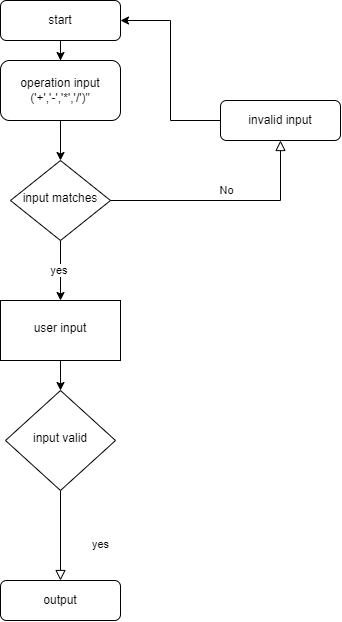
This is 1_idea/Diagram.png from chittiravi10/M1_project_APP, a draw.io export, as it was before one commit. Source tidied: cells renumbered, new cells last; positions are measured from the earlier drawing's top-left corner, leaving out a move shared by most shapes.
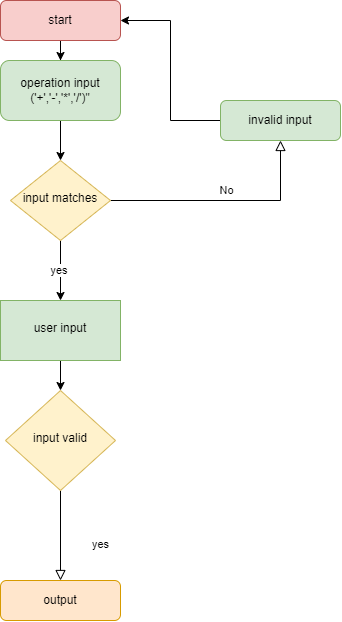
The same diagram one commit later.

What changed in the source:
```diff
@@ -5,7 +5,7 @@
     <mxCell id="2" style="edgeStyle=orthogonalEdgeStyle;rounded=0;jettySize=auto;html=1;" parent="1" edge="1" source="3" target="13">
       <mxGeometry relative="1" as="geometry" />
     </mxCell>
-    <mxCell id="3" value="start" style="rounded=1;whiteSpace=wrap;html=1;fontSize=12;glass=0;strokeWidth=1;shadow=0;" parent="1" vertex="1">
+    <mxCell id="3" value="start" style="rounded=1;whiteSpace=wrap;html=1;fontSize=12;glass=0;strokeWidth=1;shadow=0;fillColor=#f8cecc;strokeColor=#b85450;" parent="1" vertex="1">
       <mxGeometry width="120" height="40" as="geometry" />
     </mxCell>
     <mxCell id="4" value="No" style="edgeStyle=orthogonalEdgeStyle;rounded=0;html=1;jettySize=auto;fontSize=11;endArrow=block;endFill=0;endSize=8;strokeWidth=1;shadow=0;labelBackgroundColor=none;" parent="1" edge="1" source="6" target="8">
@@ -14,34 +14,34 @@
     <mxCell id="5" value="yes&amp;nbsp;" style="edgeStyle=orthogonalEdgeStyle;rounded=0;jettySize=auto;html=1;" parent="1" edge="1" source="6" target="15">
       <mxGeometry relative="1" as="geometry" />
     </mxCell>
-    <mxCell id="6" value="input matches" style="rhombus;whiteSpace=wrap;html=1;shadow=0;fontFamily=Helvetica;fontSize=12;align=center;strokeWidth=1;spacing=6;spacingTop=-4;" parent="1" vertex="1">
+    <mxCell id="6" value="input matches" style="rhombus;whiteSpace=wrap;html=1;shadow=0;fontFamily=Helvetica;fontSize=12;align=center;strokeWidth=1;spacing=6;spacingTop=-4;fillColor=#fff2cc;strokeColor=#d6b656;" parent="1" vertex="1">
       <mxGeometry x="10" y="160" width="100" height="80" as="geometry" />
     </mxCell>
     <mxCell id="7" style="edgeStyle=orthogonalEdgeStyle;rounded=0;jettySize=auto;html=1;entryX=1;entryY=0.5;entryDx=0;entryDy=0;" parent="1" edge="1" source="8" target="3">
       <mxGeometry relative="1" as="geometry" />
     </mxCell>
-    <mxCell id="8" value="invalid input" style="rounded=1;whiteSpace=wrap;html=1;fontSize=12;glass=0;strokeWidth=1;shadow=0;" parent="1" vertex="1">
+    <mxCell id="8" value="invalid input" style="rounded=1;whiteSpace=wrap;html=1;fontSize=12;glass=0;strokeWidth=1;shadow=0;fillColor=#d5e8d4;strokeColor=#82b366;" parent="1" vertex="1">
       <mxGeometry x="220" y="100" width="120" height="40" as="geometry" />
     </mxCell>
     <mxCell id="9" value="yes" style="rounded=0;html=1;jettySize=auto;fontSize=11;endArrow=block;endFill=0;endSize=8;strokeWidth=1;shadow=0;labelBackgroundColor=none;edgeStyle=orthogonalEdgeStyle;" parent="1" edge="1" source="10" target="11">
       <mxGeometry x="0.2" y="40" relative="1" as="geometry" />
     </mxCell>
-    <mxCell id="10" value="input valid" style="rhombus;whiteSpace=wrap;html=1;shadow=0;fontFamily=Helvetica;fontSize=12;align=center;strokeWidth=1;spacing=6;spacingTop=-4;" parent="1" vertex="1">
+    <mxCell id="10" value="input valid" style="rhombus;whiteSpace=wrap;html=1;shadow=0;fontFamily=Helvetica;fontSize=12;align=center;strokeWidth=1;spacing=6;spacingTop=-4;fillColor=#fff2cc;strokeColor=#d6b656;" parent="1" vertex="1">
       <mxGeometry x="5" y="390" width="110" height="100" as="geometry" />
     </mxCell>
-    <mxCell id="11" value="output" style="rounded=1;whiteSpace=wrap;html=1;fontSize=12;glass=0;strokeWidth=1;shadow=0;" parent="1" vertex="1">
+    <mxCell id="11" value="output" style="rounded=1;whiteSpace=wrap;html=1;fontSize=12;glass=0;strokeWidth=1;shadow=0;fillColor=#ffe6cc;strokeColor=#d79b00;" parent="1" vertex="1">
       <mxGeometry y="580" width="120" height="40" as="geometry" />
     </mxCell>
     <mxCell id="12" style="edgeStyle=orthogonalEdgeStyle;rounded=0;jettySize=auto;html=1;entryX=0.5;entryY=0;entryDx=0;entryDy=0;" parent="1" edge="1" source="13" target="6">
       <mxGeometry relative="1" as="geometry" />
     </mxCell>
-    <mxCell id="13" value="operation input&lt;br&gt;('+','-','*','/')&quot;" style="whiteSpace=wrap;html=1;rounded=1;glass=0;strokeWidth=1;shadow=0;" parent="1" vertex="1">
+    <mxCell id="13" value="operation input&lt;br&gt;('+','-','*','/')&quot;" style="whiteSpace=wrap;html=1;rounded=1;glass=0;strokeWidth=1;shadow=0;fillColor=#d5e8d4;strokeColor=#82b366;" parent="1" vertex="1">
       <mxGeometry y="60" width="120" height="60" as="geometry" />
     </mxCell>
     <mxCell id="14" style="edgeStyle=orthogonalEdgeStyle;rounded=0;jettySize=auto;html=1;entryX=0.5;entryY=0;entryDx=0;entryDy=0;" parent="1" edge="1" source="15" target="10">
       <mxGeometry relative="1" as="geometry" />
     </mxCell>
-    <mxCell id="15" value="user input" style="whiteSpace=wrap;html=1;shadow=0;strokeWidth=1;spacing=6;spacingTop=-4;" parent="1" vertex="1">
+    <mxCell id="15" value="user input" style="whiteSpace=wrap;html=1;shadow=0;strokeWidth=1;spacing=6;spacingTop=-4;fillColor=#d5e8d4;strokeColor=#82b366;" parent="1" vertex="1">
       <mxGeometry y="300" width="120" height="60" as="geometry" />
     </mxCell>
   </root>
```
